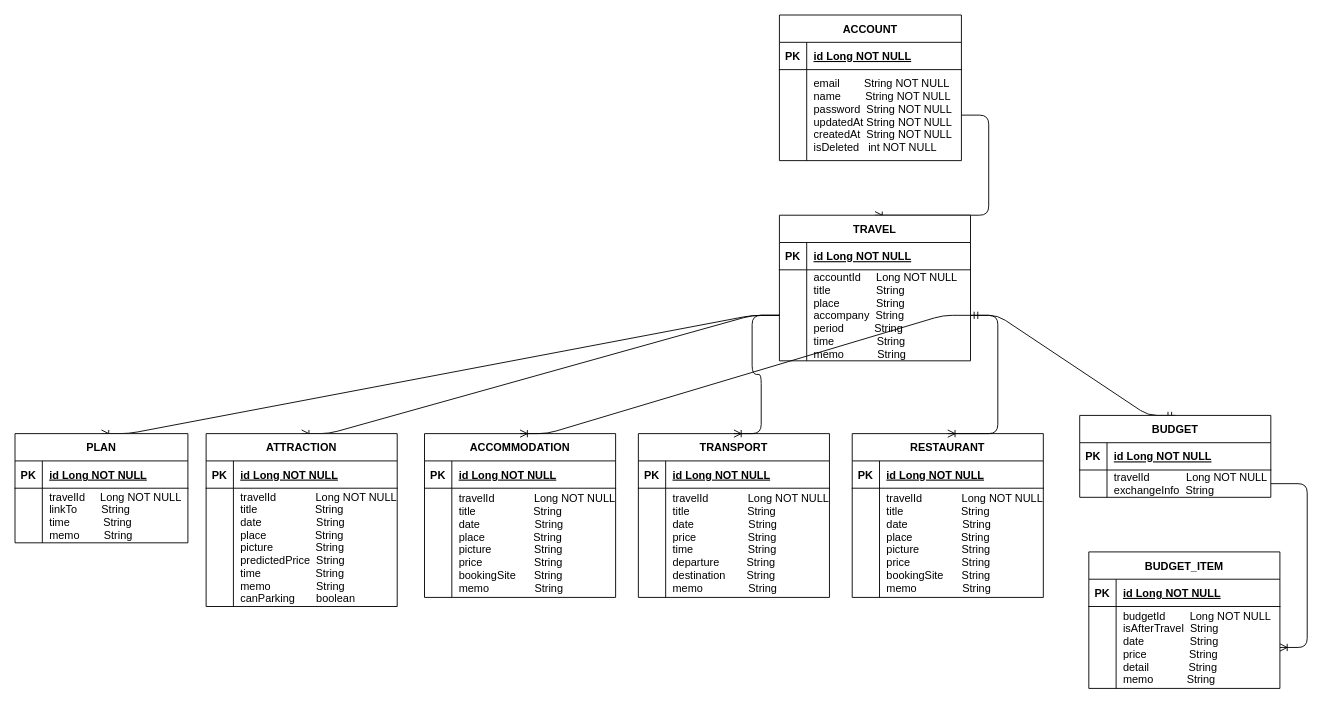
Earlier version of the draw.io diagram yata-server/docs/database/ERD.drawio (insukChoi/yata). Source tidied: cells renumbered, new cells numbered last; positions are measured from the earlier drawing's top-left corner, leaving out a move shared by most shapes. Both pictures are drawn from the tidied source at 91%, with x=0, y=0 at pixel (15, 15).
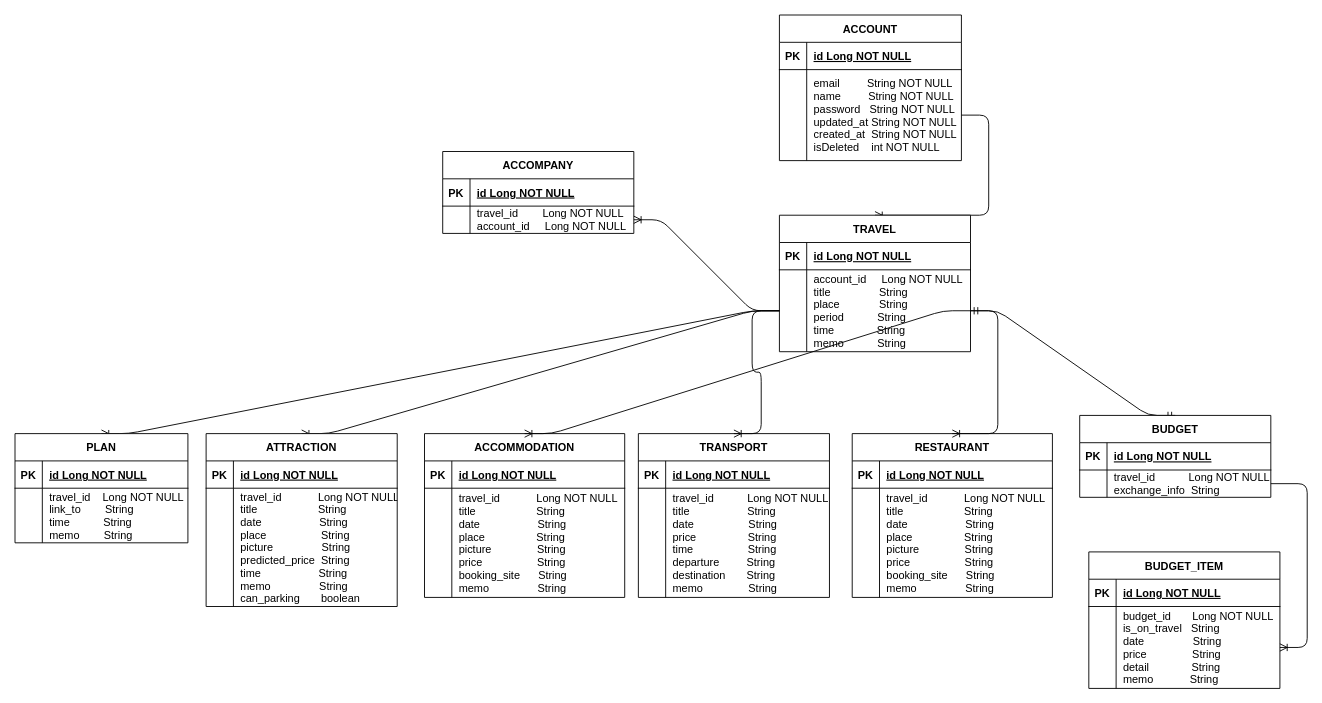
The same page after the edit.

Commit message:
update ACCOPANY table

Unchanged cells that the change refers to:
```xml
<mxCell id="9" style="shape=partialRectangle;fillColor=none;points=[[0,0.5],[1,0.5]];portConstraint=eastwest;top=0;left=0;right=0;bottom=0;" parent="5" vertex="1">
  <mxGeometry y="60" width="210" height="30" as="geometry" />
</mxCell>
<mxCell id="16" style="shape=partialRectangle;fillColor=none;points=[[0,0.5],[1,0.5]];portConstraint=eastwest;top=0;left=0;right=0;bottom=0;" parent="12" vertex="1">
  <mxGeometry y="60" width="210" height="90" as="geometry" />
</mxCell>
<mxCell id="25" style="shape=partialRectangle;fillColor=none;top=0;left=0;right=0;bottom=0;" parent="21" vertex="1">
  <mxGeometry y="60" width="210" height="120" as="geometry" />
</mxCell>
<mxCell id="39" style="shape=partialRectangle;fillColor=none;top=0;left=0;right=0;bottom=0;" parent="35" vertex="1">
  <mxGeometry y="60" width="210" height="130" as="geometry" />
</mxCell>
<mxCell id="46" style="shape=partialRectangle;fillColor=none;top=0;left=0;right=0;bottom=0;" parent="42" vertex="1">
  <mxGeometry y="60" width="190" height="60" as="geometry" />
</mxCell>
<mxCell id="70" style="shape=partialRectangle;fillColor=none;points=[[0,0.5],[1,0.5]];portConstraint=eastwest;top=0;left=0;right=0;bottom=0;" parent="66" vertex="1">
  <mxGeometry y="60" width="200" height="100" as="geometry" />
</mxCell>
```

Diff of the diagram source:
```diff
@@
-    <mxCell id="11" value="travelId            Long NOT NULL&#10;exchangeInfo  String&#10;" style="shape=partialRectangle;overflow=hidden;fillColor=none;top=0;left=0;bottom=0;right=0;align=left;spacingLeft=6;" parent="9" vertex="1">
+    <mxCell id="11" value="travel_id           Long NOT NULL&#10;exchange_info  String&#10;" style="shape=partialRectangle;overflow=hidden;fillColor=none;top=0;left=0;bottom=0;right=0;align=left;spacingLeft=6;" parent="9" vertex="1">
       <mxGeometry x="30" width="180" height="30" as="geometry" />
     </mxCell>
@@
-    <mxCell id="18" value="budgetId        Long NOT NULL&#10;isAfterTravel  String&#10;date               String &#10;price              String &#10;detail             String&#10;memo           String " style="shape=partialRectangle;overflow=hidden;fillColor=none;top=0;left=0;bottom=0;right=0;align=left;spacingLeft=6;" parent="16" vertex="1">
+    <mxCell id="18" value="budget_id       Long NOT NULL&#10;is_on_travel   String&#10;date                String &#10;price               String &#10;detail              String&#10;memo            String " style="shape=partialRectangle;overflow=hidden;fillColor=none;top=0;left=0;bottom=0;right=0;align=left;spacingLeft=6;" parent="16" vertex="1">
       <mxGeometry x="30" width="180" height="90" as="geometry" />
     </mxCell>
@@
-    <mxCell id="27" value="travelId             Long NOT NULL&#10;title                   String&#10;date                  String&#10;price                 String &#10;time                  String &#10;departure         String &#10;destination       String&#10;memo               String     " style="shape=partialRectangle;overflow=hidden;fillColor=none;top=0;left=0;bottom=0;right=0;align=left;spacingLeft=6;" parent="25" vertex="1">
+    <mxCell id="27" value="travel_id           Long NOT NULL&#10;title                   String&#10;date                  String&#10;price                 String &#10;time                  String &#10;departure         String &#10;destination       String&#10;memo               String     " style="shape=partialRectangle;overflow=hidden;fillColor=none;top=0;left=0;bottom=0;right=0;align=left;spacingLeft=6;" parent="25" vertex="1">
       <mxGeometry x="30" width="180" height="120" as="geometry" />
     </mxCell>
     <mxCell id="28" value="ACCOMMODATION" style="shape=table;startSize=30;childLayout=tableLayout;rowLines=0;fontStyle=1;align=center;" parent="1" vertex="1">
-      <mxGeometry x="450" y="460" width="210" height="180" as="geometry" />
+      <mxGeometry x="450" y="460" width="220" height="180" as="geometry" />
     </mxCell>
     <mxCell id="29" style="shape=partialRectangle;fillColor=none;top=0;left=0;right=0;bottom=1;" parent="28" vertex="1">
-      <mxGeometry y="30" width="210" height="30" as="geometry" />
+      <mxGeometry y="30" width="220" height="30" as="geometry" />
     </mxCell>
@@
     <mxCell id="31" value="id Long NOT NULL " style="shape=partialRectangle;overflow=hidden;fillColor=none;top=0;left=0;bottom=0;right=0;align=left;spacingLeft=6;fontStyle=5;" parent="29" vertex="1">
-      <mxGeometry x="30" width="180" height="30" as="geometry" />
+      <mxGeometry x="30" width="190" height="30" as="geometry" />
     </mxCell>
     <mxCell id="32" style="shape=partialRectangle;fillColor=none;top=0;left=0;right=0;bottom=0;" parent="28" vertex="1">
-      <mxGeometry y="60" width="210" height="120" as="geometry" />
+      <mxGeometry y="60" width="220" height="120" as="geometry" />
     </mxCell>
@@
-    <mxCell id="34" value="travelId             Long NOT NULL&#10;title                   String&#10;date                  String&#10;place                String &#10;picture              String &#10;price                 String&#10;bookingSite      String&#10;memo               String" style="shape=partialRectangle;overflow=hidden;fillColor=none;top=0;left=0;bottom=0;right=0;align=left;spacingLeft=6;" parent="32" vertex="1">
-      <mxGeometry x="30" width="180" height="120" as="geometry" />
+    <mxCell id="34" value="travel_id            Long NOT NULL&#10;title                    String&#10;date                   String&#10;place                 String &#10;picture               String &#10;price                  String&#10;booking_site      String&#10;memo                String" style="shape=partialRectangle;overflow=hidden;fillColor=none;top=0;left=0;bottom=0;right=0;align=left;spacingLeft=6;" parent="32" vertex="1">
+      <mxGeometry x="30" width="190" height="120" as="geometry" />
     </mxCell>
@@
-    <mxCell id="41" value="travelId             Long NOT NULL&#10;title                   String&#10;date                  String&#10;place                String &#10;picture              String &#10;predictedPrice  String&#10;time                  String &#10;memo               String&#10;canParking       boolean" style="shape=partialRectangle;overflow=hidden;fillColor=none;top=0;left=0;bottom=0;right=0;align=left;spacingLeft=6;" parent="39" vertex="1">
+    <mxCell id="41" value="travel_id            Long NOT NULL&#10;title                    String&#10;date                   String&#10;place                  String &#10;picture                String &#10;predicted_price  String&#10;time                   String &#10;memo                String&#10;can_parking       boolean" style="shape=partialRectangle;overflow=hidden;fillColor=none;top=0;left=0;bottom=0;right=0;align=left;spacingLeft=6;" parent="39" vertex="1">
       <mxGeometry x="30" width="180" height="130" as="geometry" />
     </mxCell>
@@
-    <mxCell id="48" value="travelId     Long NOT NULL&#10;linkTo        String&#10;time           String &#10;memo        String " style="shape=partialRectangle;overflow=hidden;fillColor=none;top=0;left=0;bottom=0;right=0;align=left;spacingLeft=6;" parent="46" vertex="1">
+    <mxCell id="48" value="travel_id    Long NOT NULL&#10;link_to        String&#10;time           String &#10;memo        String " style="shape=partialRectangle;overflow=hidden;fillColor=none;top=0;left=0;bottom=0;right=0;align=left;spacingLeft=6;" parent="46" vertex="1">
       <mxGeometry x="30" width="160" height="60" as="geometry" />
     </mxCell>
     <mxCell id="49" value="RESTAURANT" style="shape=table;startSize=30;childLayout=tableLayout;rowLines=0;fontStyle=1;align=center;" parent="1" vertex="1">
-      <mxGeometry x="920" y="460" width="210" height="180" as="geometry" />
+      <mxGeometry x="920" y="460" width="220" height="180" as="geometry" />
     </mxCell>
     <mxCell id="50" style="shape=partialRectangle;fillColor=none;top=0;left=0;right=0;bottom=1;" parent="49" vertex="1">
-      <mxGeometry y="30" width="210" height="30" as="geometry" />
+      <mxGeometry y="30" width="220" height="30" as="geometry" />
     </mxCell>
@@
     <mxCell id="52" value="id Long NOT NULL " style="shape=partialRectangle;overflow=hidden;fillColor=none;top=0;left=0;bottom=0;right=0;align=left;spacingLeft=6;fontStyle=5;" parent="50" vertex="1">
-      <mxGeometry x="30" width="180" height="30" as="geometry" />
+      <mxGeometry x="30" width="190" height="30" as="geometry" />
     </mxCell>
     <mxCell id="53" style="shape=partialRectangle;fillColor=none;top=0;left=0;right=0;bottom=0;" parent="49" vertex="1">
-      <mxGeometry y="60" width="210" height="120" as="geometry" />
+      <mxGeometry y="60" width="220" height="120" as="geometry" />
     </mxCell>
@@
-    <mxCell id="55" value="travelId             Long NOT NULL&#10;title                   String&#10;date                  String&#10;place                String &#10;picture              String &#10;price                 String&#10;bookingSite      String&#10;memo               String" style="shape=partialRectangle;overflow=hidden;fillColor=none;top=0;left=0;bottom=0;right=0;align=left;spacingLeft=6;" parent="53" vertex="1">
-      <mxGeometry x="30" width="180" height="120" as="geometry" />
+    <mxCell id="55" value="travel_id            Long NOT NULL&#10;title                    String&#10;date                   String&#10;place                 String &#10;picture               String &#10;price                  String&#10;booking_site      String&#10;memo                String" style="shape=partialRectangle;overflow=hidden;fillColor=none;top=0;left=0;bottom=0;right=0;align=left;spacingLeft=6;" parent="53" vertex="1">
+      <mxGeometry x="30" width="190" height="120" as="geometry" />
     </mxCell>
@@
     <mxCell id="59" value="TRAVEL" style="shape=table;startSize=30;childLayout=tableLayout;rowLines=0;fontStyle=1;align=center;" parent="1" vertex="1">
-      <mxGeometry x="840" y="220" width="210" height="160" as="geometry" />
+      <mxGeometry x="840" y="220" width="210" height="150" as="geometry" />
     </mxCell>
@@
     <mxCell id="63" style="shape=partialRectangle;fillColor=none;points=[[0,0.5],[1,0.5]];portConstraint=eastwest;top=0;left=0;right=0;bottom=0;" parent="59" vertex="1">
-      <mxGeometry y="60" width="210" height="100" as="geometry" />
+      <mxGeometry y="60" width="210" height="90" as="geometry" />
     </mxCell>
     <mxCell id="64" style="shape=partialRectangle;overflow=hidden;fillColor=none;top=0;left=0;bottom=0;right=0;" parent="63" vertex="1">
-      <mxGeometry width="30" height="100" as="geometry" />
+      <mxGeometry width="30" height="90" as="geometry" />
     </mxCell>
-    <mxCell id="65" value="accountId     Long NOT NULL&#10;title               String&#10;place            String &#10;accompany  String &#10;period          String&#10;time              String &#10;memo           String " style="shape=partialRectangle;overflow=hidden;fillColor=none;top=0;left=0;bottom=0;right=0;align=left;spacingLeft=6;" parent="63" vertex="1">
-      <mxGeometry x="30" width="180" height="100" as="geometry" />
+    <mxCell id="65" value="account_id     Long NOT NULL&#10;title                String&#10;place             String &#10;period           String&#10;time              String &#10;memo           String " style="shape=partialRectangle;overflow=hidden;fillColor=none;top=0;left=0;bottom=0;right=0;align=left;spacingLeft=6;" parent="63" vertex="1">
+      <mxGeometry x="30" width="180" height="90" as="geometry" />
     </mxCell>
@@
-    <mxCell id="72" value="email        String NOT NULL&#10;name        String NOT NULL&#10;password  String NOT NULL&#10;updatedAt String NOT NULL&#10;createdAt  String NOT NULL&#10;isDeleted   int NOT NULL" style="shape=partialRectangle;overflow=hidden;fillColor=none;top=0;left=0;bottom=0;right=0;align=left;spacingLeft=6;" parent="70" vertex="1">
+    <mxCell id="72" value="email         String NOT NULL&#10;name         String NOT NULL&#10;password   String NOT NULL&#10;updated_at String NOT NULL&#10;created_at  String NOT NULL&#10;isDeleted    int NOT NULL" style="shape=partialRectangle;overflow=hidden;fillColor=none;top=0;left=0;bottom=0;right=0;align=left;spacingLeft=6;" parent="70" vertex="1">
       <mxGeometry x="30" width="170" height="100" as="geometry" />
     </mxCell>
+    <mxCell id="73" style="edgeStyle=entityRelationEdgeStyle;fontSize=12;html=1;endArrow=ERoneToMany;" parent="1" edge="1" source="63" target="78">
+      <mxGeometry relative="1" as="geometry" />
+    </mxCell>
+    <mxCell id="74" value="ACCOMPANY" style="shape=table;startSize=30;childLayout=tableLayout;rowLines=0;fontStyle=1;align=center;" parent="1" vertex="1">
+      <mxGeometry x="470" y="150" width="210" height="90" as="geometry" />
+    </mxCell>
+    <mxCell id="75" style="shape=partialRectangle;fillColor=none;top=0;left=0;right=0;bottom=1;" parent="74" vertex="1">
+      <mxGeometry y="30" width="210" height="30" as="geometry" />
+    </mxCell>
+    <mxCell id="76" value="PK" style="shape=partialRectangle;overflow=hidden;fillColor=none;top=0;left=0;bottom=0;right=0;fontStyle=1;" parent="75" vertex="1">
+      <mxGeometry width="30" height="30" as="geometry" />
+    </mxCell>
+    <mxCell id="77" value="id Long NOT NULL " style="shape=partialRectangle;overflow=hidden;fillColor=none;top=0;left=0;bottom=0;right=0;align=left;spacingLeft=6;fontStyle=5;" parent="75" vertex="1">
+      <mxGeometry x="30" width="180" height="30" as="geometry" />
+    </mxCell>
+    <mxCell id="78" style="shape=partialRectangle;fillColor=none;points=[[0,0.5],[1,0.5]];portConstraint=eastwest;top=0;left=0;right=0;bottom=0;" parent="74" vertex="1">
+      <mxGeometry y="60" width="210" height="30" as="geometry" />
+    </mxCell>
+    <mxCell id="79" style="shape=partialRectangle;overflow=hidden;fillColor=none;top=0;left=0;bottom=0;right=0;" parent="78" vertex="1">
+      <mxGeometry width="30" height="30" as="geometry" />
+    </mxCell>
+    <mxCell id="80" value="travel_id        Long NOT NULL&#10;account_id     Long NOT NULL" style="shape=partialRectangle;overflow=hidden;fillColor=none;top=0;left=0;bottom=0;right=0;align=left;spacingLeft=6;" parent="78" vertex="1">
+      <mxGeometry x="30" width="180" height="30" as="geometry" />
+    </mxCell>
```
